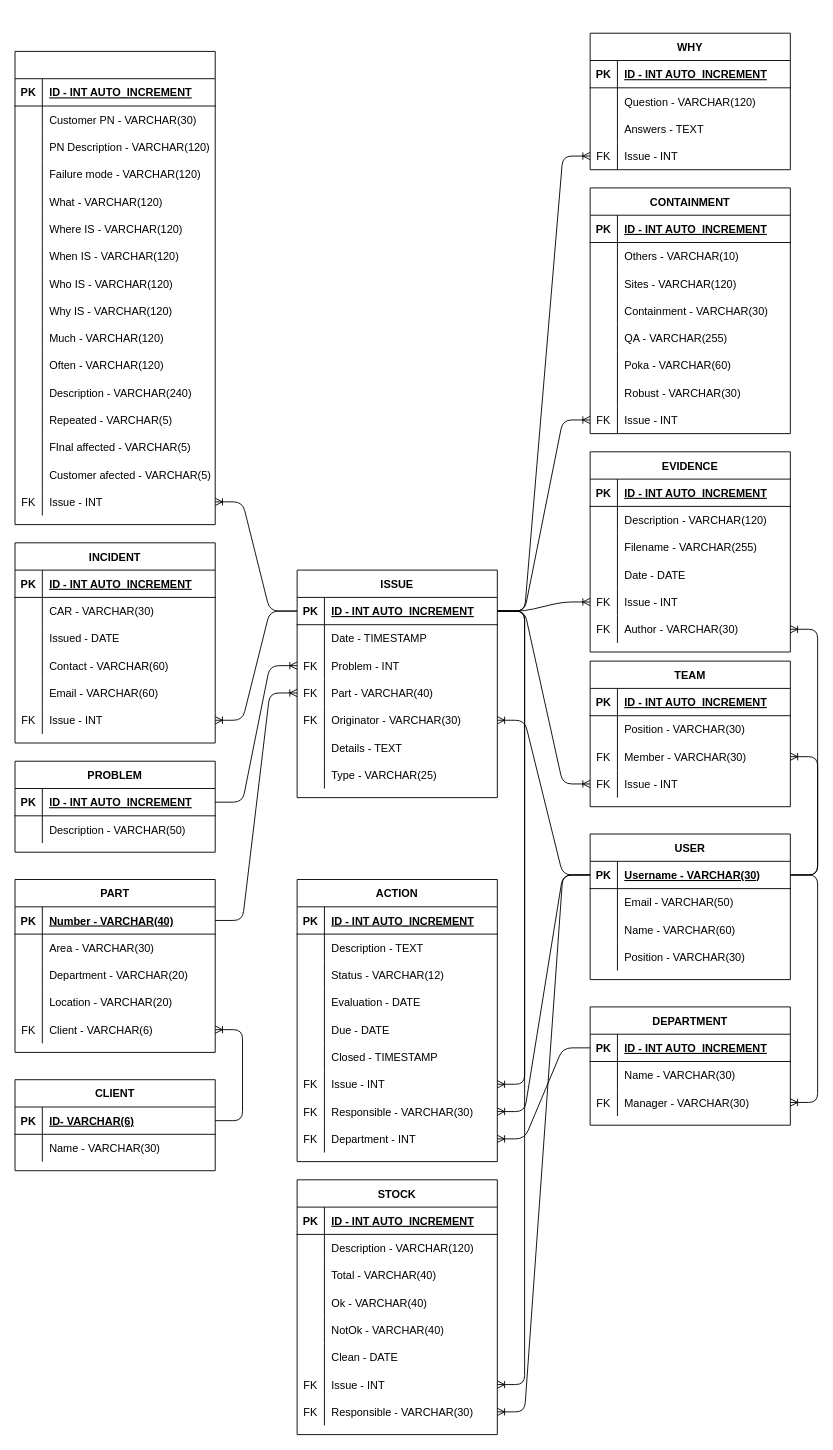
Above: api/db/model/TableDiagram.drawio in FFahrenheit/ScrapActionListAPI (draw.io), before the change. Source tidied: cells renumbered, new cells numbered last; positions are measured from the earlier drawing's top-left corner, leaving out a move shared by most shapes. Both pictures are drawn from the tidied source at 91%, with x=0, y=0 at pixel (15, 33).
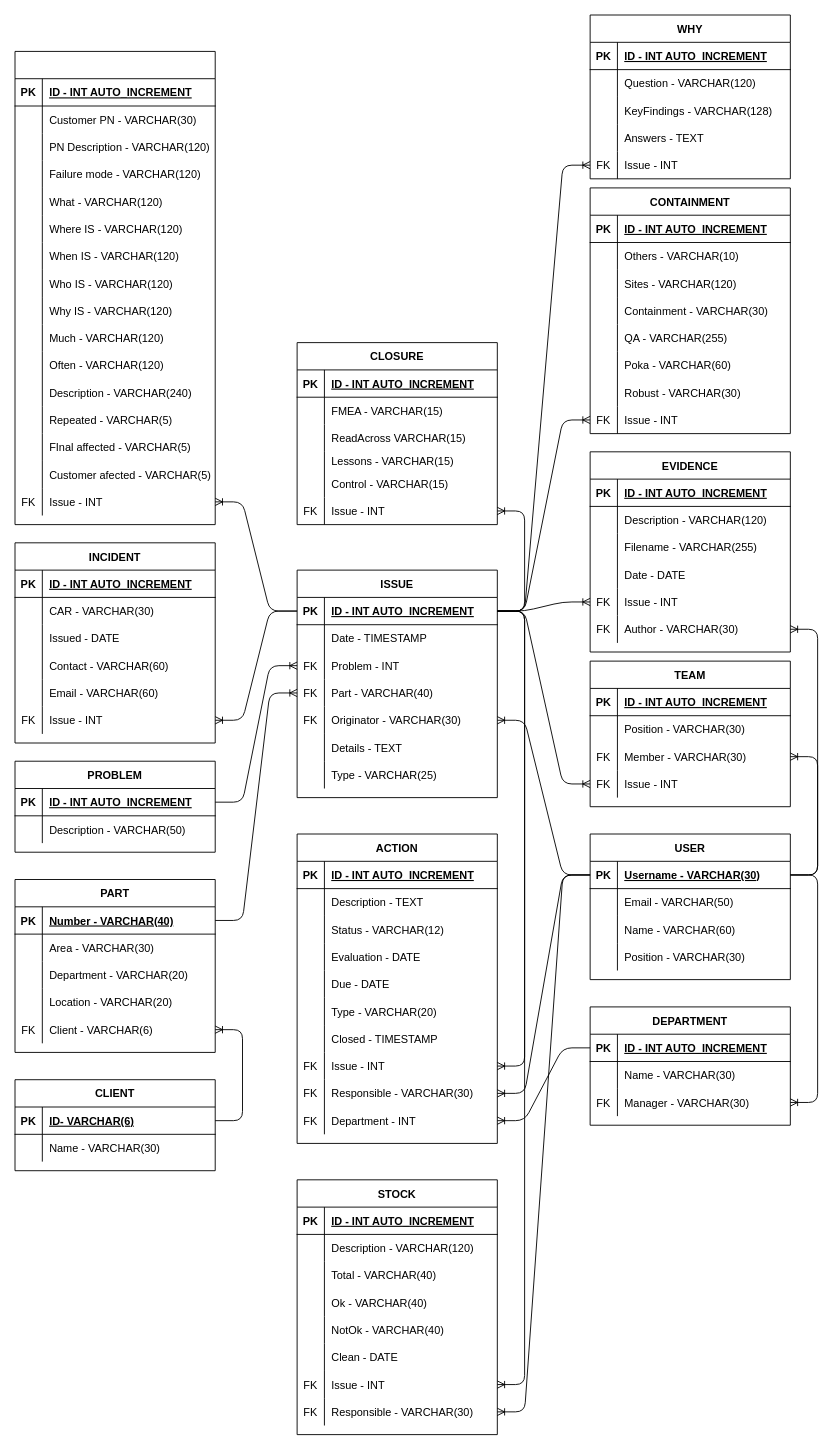
The same diagram, later.

Commit message (it also covers changes not shown here):
Modelo E-R avanzando

The change refers to these unchanged cells:
```xml
<mxCell id="33" style="shape=partialRectangle;fillColor=none;top=0;left=0;bottom=1;right=0;points=[[0,0.5],[1,0.5]];portConstraint=eastwest;" parent="32" vertex="1">
  <mxGeometry y="30" width="220" height="30" as="geometry" />
</mxCell>
```

Change to the diagram source:
```diff
@@
     <mxCell id="67" value="ACTION" style="shape=table;startSize=30;childLayout=tableLayout;rowLines=0;fontStyle=1;align=center;" parent="1" vertex="1">
-      <mxGeometry x="310" y="930" width="220" height="310" as="geometry" />
+      <mxGeometry x="310" y="880" width="220" height="340" as="geometry" />
     </mxCell>
@@
+    <mxCell id="286" style="shape=partialRectangle;fillColor=none;top=0;left=0;bottom=0;right=0;" parent="67" vertex="1">
+      <mxGeometry y="180" width="220" height="30" as="geometry" />
+    </mxCell>
+    <mxCell id="287" style="shape=partialRectangle;fillColor=none;top=0;left=0;bottom=0;right=0;overflow=hidden;" parent="286" vertex="1">
+      <mxGeometry width="30" height="30" as="geometry" />
+    </mxCell>
+    <mxCell id="288" value="Type - VARCHAR(20)" style="shape=partialRectangle;fillColor=none;top=0;left=0;bottom=0;right=0;align=left;spacingLeft=6;overflow=hidden;" parent="286" vertex="1">
+      <mxGeometry x="30" width="190" height="30" as="geometry" />
+    </mxCell>
     <mxCell id="83" style="shape=partialRectangle;fillColor=none;top=0;left=0;bottom=0;right=0;" parent="67" vertex="1">
-      <mxGeometry y="180" width="220" height="30" as="geometry" />
+      <mxGeometry y="210" width="220" height="30" as="geometry" />
     </mxCell>
@@
     <mxCell id="86" style="shape=partialRectangle;fillColor=none;top=0;left=0;bottom=0;right=0;points=[[0,0.5],[1,0.5]];portConstraint=eastwest;" parent="67" vertex="1">
-      <mxGeometry y="210" width="220" height="30" as="geometry" />
+      <mxGeometry y="240" width="220" height="30" as="geometry" />
     </mxCell>
@@
     <mxCell id="89" style="shape=partialRectangle;fillColor=none;top=0;left=0;bottom=0;right=0;points=[[0,0.5],[1,0.5]];portConstraint=eastwest;" parent="67" vertex="1">
-      <mxGeometry y="240" width="220" height="30" as="geometry" />
+      <mxGeometry y="270" width="220" height="30" as="geometry" />
     </mxCell>
@@
     <mxCell id="92" style="shape=partialRectangle;fillColor=none;top=0;left=0;bottom=0;right=0;points=[[0,0.5],[1,0.5]];portConstraint=eastwest;" parent="67" vertex="1">
-      <mxGeometry y="270" width="220" height="30" as="geometry" />
+      <mxGeometry y="300" width="220" height="30" as="geometry" />
     </mxCell>
@@
     <mxCell id="272" value="WHY" style="shape=table;startSize=30;childLayout=tableLayout;rowLines=0;fontStyle=1;align=center;" parent="1" vertex="1">
-      <mxGeometry x="632" width="220" height="150" as="geometry" />
+      <mxGeometry x="632" y="-20" width="220" height="180" as="geometry" />
     </mxCell>
@@
+    <mxCell id="289" style="shape=partialRectangle;fillColor=none;top=0;left=0;bottom=0;right=0;" parent="272" vertex="1">
+      <mxGeometry y="90" width="220" height="30" as="geometry" />
+    </mxCell>
+    <mxCell id="290" style="shape=partialRectangle;fillColor=none;top=0;left=0;bottom=0;right=0;overflow=hidden;" parent="289" vertex="1">
+      <mxGeometry width="30" height="30" as="geometry" />
+    </mxCell>
+    <mxCell id="291" value="KeyFindings - VARCHAR(128)" style="shape=partialRectangle;fillColor=none;top=0;left=0;bottom=0;right=0;align=left;spacingLeft=6;overflow=hidden;" parent="289" vertex="1">
+      <mxGeometry x="30" width="190" height="30" as="geometry" />
+    </mxCell>
     <mxCell id="279" style="shape=partialRectangle;fillColor=none;top=0;left=0;bottom=0;right=0;" parent="272" vertex="1">
-      <mxGeometry y="90" width="220" height="30" as="geometry" />
+      <mxGeometry y="120" width="220" height="30" as="geometry" />
     </mxCell>
@@
     <mxCell id="282" style="shape=partialRectangle;fillColor=none;top=0;left=0;bottom=0;right=0;points=[[0,0.5],[1,0.5]];portConstraint=eastwest;" parent="272" vertex="1">
-      <mxGeometry y="120" width="220" height="30" as="geometry" />
+      <mxGeometry y="150" width="220" height="30" as="geometry" />
     </mxCell>
@@
+    <mxCell id="292" value="CLOSURE" style="shape=table;startSize=30;childLayout=tableLayout;rowLines=0;fontStyle=1;align=center;" parent="1" vertex="1">
+      <mxGeometry x="310" y="340" width="220" height="200" as="geometry" />
+    </mxCell>
+    <mxCell id="293" style="shape=partialRectangle;fillColor=none;top=0;left=0;bottom=1;right=0;" parent="292" vertex="1">
+      <mxGeometry y="30" width="220" height="30" as="geometry" />
+    </mxCell>
+    <mxCell id="294" value="PK" style="shape=partialRectangle;fillColor=none;top=0;left=0;bottom=0;right=0;fontStyle=1;overflow=hidden;" parent="293" vertex="1">
+      <mxGeometry width="30" height="30" as="geometry" />
+    </mxCell>
+    <mxCell id="295" value="ID - INT AUTO_INCREMENT" style="shape=partialRectangle;fillColor=none;top=0;left=0;bottom=0;right=0;align=left;spacingLeft=6;fontStyle=5;overflow=hidden;" parent="293" vertex="1">
+      <mxGeometry x="30" width="190" height="30" as="geometry" />
+    </mxCell>
+    <mxCell id="296" style="shape=partialRectangle;fillColor=none;top=0;left=0;bottom=0;right=0;" parent="292" vertex="1">
+      <mxGeometry y="60" width="220" height="30" as="geometry" />
+    </mxCell>
+    <mxCell id="297" style="shape=partialRectangle;fillColor=none;top=0;left=0;bottom=0;right=0;overflow=hidden;" parent="296" vertex="1">
+      <mxGeometry width="30" height="30" as="geometry" />
+    </mxCell>
+    <mxCell id="298" value="FMEA - VARCHAR(15)" style="shape=partialRectangle;fillColor=none;top=0;left=0;bottom=0;right=0;align=left;spacingLeft=6;overflow=hidden;" parent="296" vertex="1">
+      <mxGeometry x="30" width="190" height="30" as="geometry" />
+    </mxCell>
+    <mxCell id="299" style="shape=partialRectangle;fillColor=none;top=0;left=0;bottom=0;right=0;" parent="292" vertex="1">
+      <mxGeometry y="90" width="220" height="30" as="geometry" />
+    </mxCell>
+    <mxCell id="300" style="shape=partialRectangle;fillColor=none;top=0;left=0;bottom=0;right=0;overflow=hidden;" parent="299" vertex="1">
+      <mxGeometry width="30" height="30" as="geometry" />
+    </mxCell>
+    <mxCell id="301" value="ReadAcross VARCHAR(15)" style="shape=partialRectangle;fillColor=none;top=0;left=0;bottom=0;right=0;align=left;spacingLeft=6;overflow=hidden;" parent="299" vertex="1">
+      <mxGeometry x="30" width="190" height="30" as="geometry" />
+    </mxCell>
+    <mxCell id="302" style="shape=partialRectangle;fillColor=none;top=0;left=0;bottom=0;right=0;" parent="292" vertex="1">
+      <mxGeometry y="120" width="220" height="20" as="geometry" />
+    </mxCell>
+    <mxCell id="303" style="shape=partialRectangle;fillColor=none;top=0;left=0;bottom=0;right=0;overflow=hidden;" parent="302" vertex="1">
+      <mxGeometry width="30" height="20" as="geometry" />
+    </mxCell>
+    <mxCell id="304" value="Lessons - VARCHAR(15)" style="shape=partialRectangle;fillColor=none;top=0;left=0;bottom=0;right=0;align=left;spacingLeft=6;overflow=hidden;" parent="302" vertex="1">
+      <mxGeometry x="30" width="190" height="20" as="geometry" />
+    </mxCell>
+    <mxCell id="305" style="shape=partialRectangle;fillColor=none;top=0;left=0;bottom=0;right=0;" parent="292" vertex="1">
+      <mxGeometry y="140" width="220" height="30" as="geometry" />
+    </mxCell>
+    <mxCell id="306" style="shape=partialRectangle;fillColor=none;top=0;left=0;bottom=0;right=0;overflow=hidden;" parent="305" vertex="1">
+      <mxGeometry width="30" height="30" as="geometry" />
+    </mxCell>
+    <mxCell id="307" value="Control - VARCHAR(15)" style="shape=partialRectangle;fillColor=none;top=0;left=0;bottom=0;right=0;align=left;spacingLeft=6;overflow=hidden;" parent="305" vertex="1">
+      <mxGeometry x="30" width="190" height="30" as="geometry" />
+    </mxCell>
+    <mxCell id="308" style="shape=partialRectangle;fillColor=none;top=0;left=0;bottom=0;right=0;points=[[0,0.5],[1,0.5]];portConstraint=eastwest;" parent="292" vertex="1">
+      <mxGeometry y="170" width="220" height="30" as="geometry" />
+    </mxCell>
+    <mxCell id="309" value="FK" style="shape=partialRectangle;fillColor=none;top=0;left=0;bottom=0;right=0;fontStyle=0;overflow=hidden;" parent="308" vertex="1">
+      <mxGeometry width="30" height="30" as="geometry" />
+    </mxCell>
+    <mxCell id="310" value="Issue - INT" style="shape=partialRectangle;fillColor=none;top=0;left=0;bottom=0;right=0;align=left;spacingLeft=6;fontStyle=0;overflow=hidden;" parent="308" vertex="1">
+      <mxGeometry x="30" width="190" height="30" as="geometry" />
+    </mxCell>
+    <mxCell id="311" style="edgeStyle=entityRelationEdgeStyle;fontSize=12;html=1;endArrow=ERoneToMany;shadow=0;exitX=1;exitY=0.5;exitDx=0;exitDy=0;" parent="1" edge="1" source="33" target="308">
+      <mxGeometry relative="1" as="geometry" />
+    </mxCell>
```
